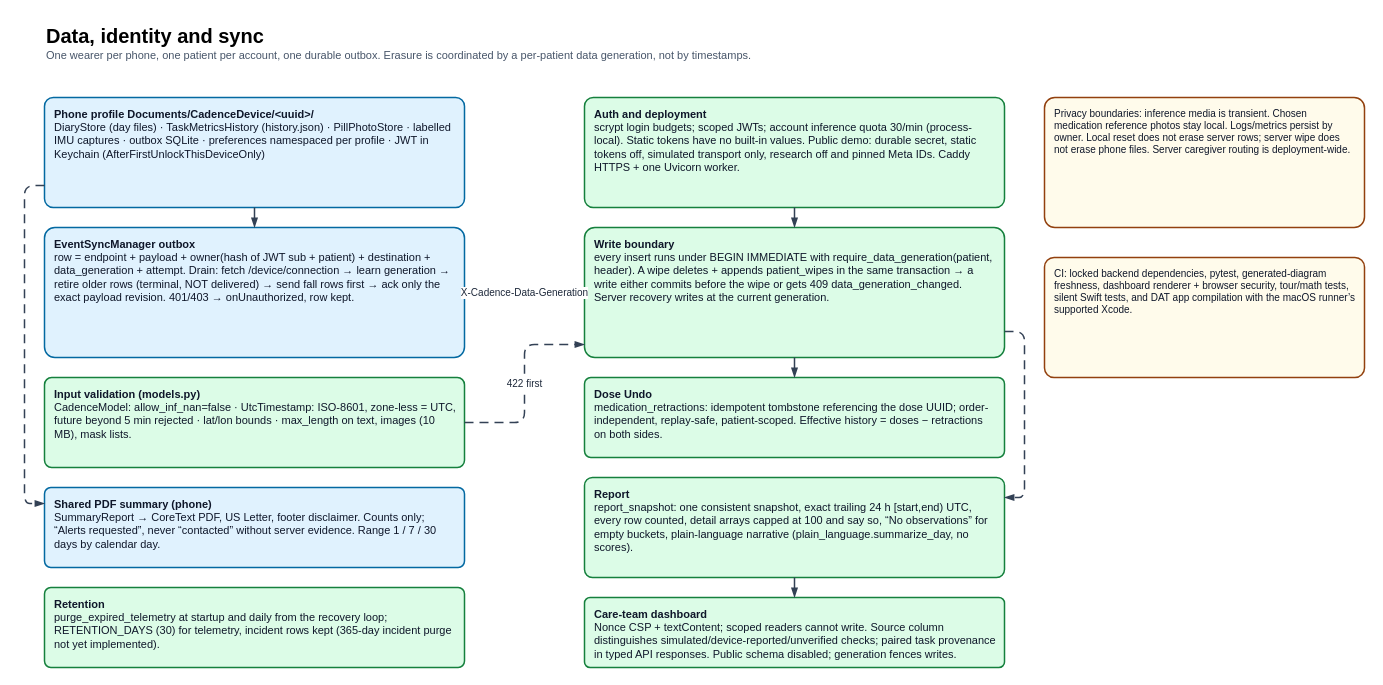
Above: page "4 Data and sync" (4 of 5) of docs/cadence_architecture.drawio in theloopsmith/Cadence (draw.io), before the change. Source tidied: cells renumbered, new cells numbered last; positions are measured from the earlier drawing's top-left corner, leaving out a move shared by most shapes. Both pictures are drawn from the tidied source at 100%, with x=0, y=0 at pixel (44, 17).
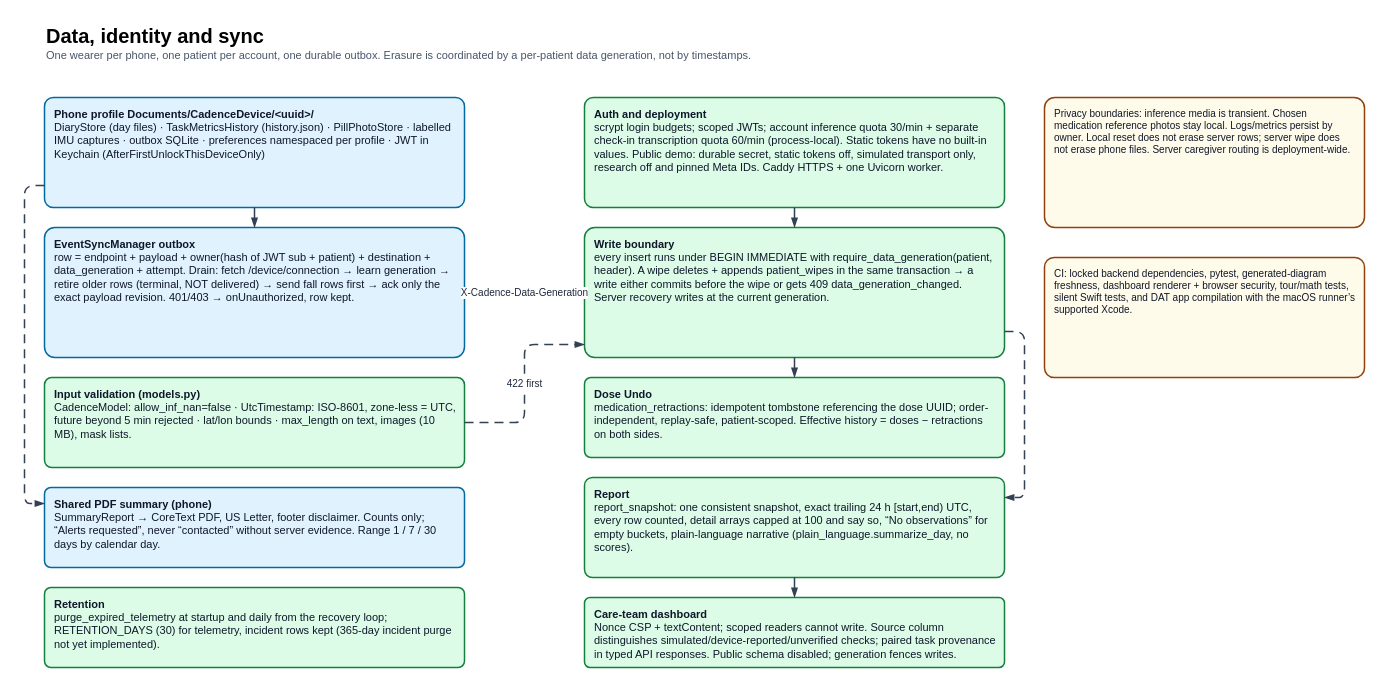
The same diagram, later.

Change to the diagram source:
```diff
@@
-    <mxCell id="5" value="&lt;b&gt;Auth and deployment&lt;/b&gt;&lt;br/&gt;scrypt login budgets; scoped JWTs; account inference quota 30/min (process-local). Static tokens have no built-in values. Public demo: durable secret, static tokens off, simulated transport only, research off and pinned Meta IDs. Caddy HTTPS + one Uvicorn worker." style="rounded=1;arcSize=8;whiteSpace=wrap;html=1;fillColor=#DCFCE7;strokeColor=#15803D;fontColor=#0F172A;fontSize=11;align=left;verticalAlign=top;spacingLeft=8;spacingRight=8;spacingTop=4;strokeWidth=1.5;" parent="1" vertex="1">
+    <mxCell id="5" value="&lt;b&gt;Auth and deployment&lt;/b&gt;&lt;br/&gt;scrypt login budgets; scoped JWTs; account inference quota 30/min + separate check-in transcription quota 60/min (process-local). Static tokens have no built-in values. Public demo: durable secret, static tokens off, simulated transport only, research off and pinned Meta IDs. Caddy HTTPS + one Uvicorn worker." style="rounded=1;arcSize=8;whiteSpace=wrap;html=1;fillColor=#DCFCE7;strokeColor=#15803D;fontColor=#0F172A;fontSize=11;align=left;verticalAlign=top;spacingLeft=8;spacingRight=8;spacingTop=4;strokeWidth=1.5;" parent="1" vertex="1">
       <mxGeometry x="540" y="80" width="420" height="110" as="geometry" />
     </mxCell>
```
